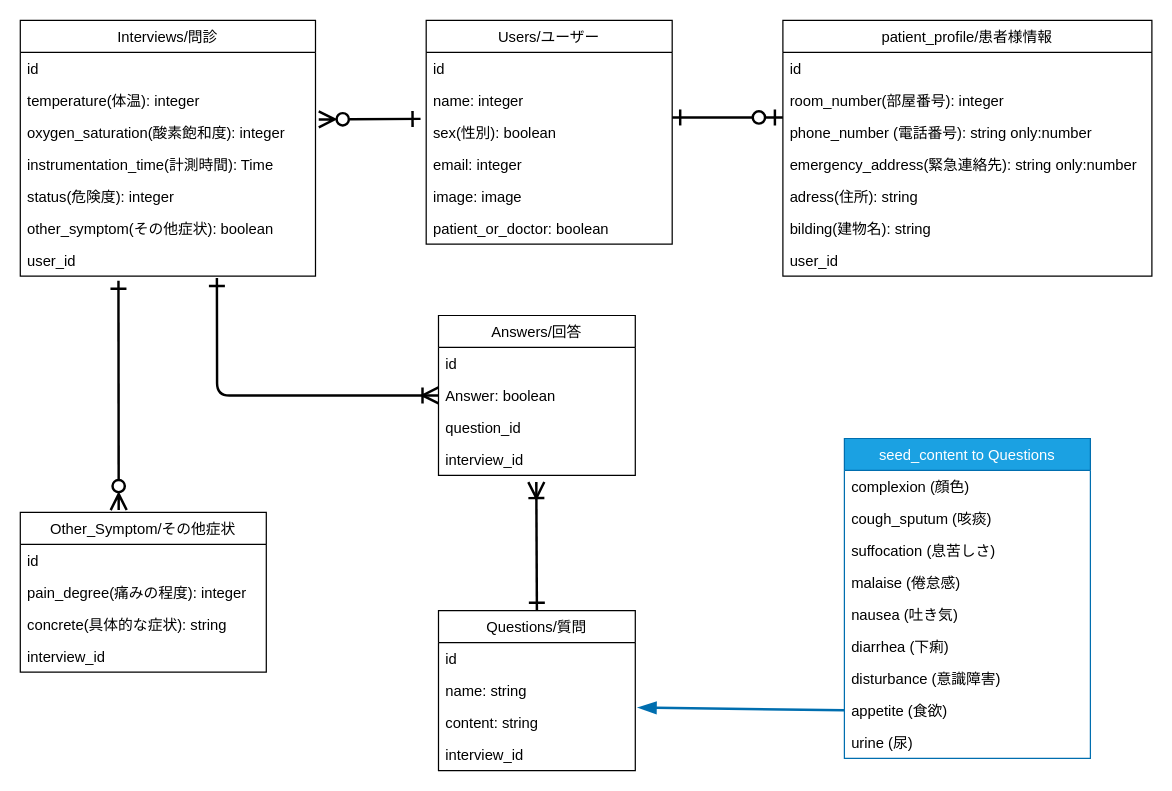
The draw.io diagram README参考資料/er図.drawio in wakametarou/COVID-MGR, before the edit. Source tidied: cells renumbered, new cells numbered last; positions are measured from the earlier drawing's top-left corner, leaving out a move shared by most shapes. Both pictures are drawn from the tidied source at 123%, with x=0, y=0 at pixel (20, 20).
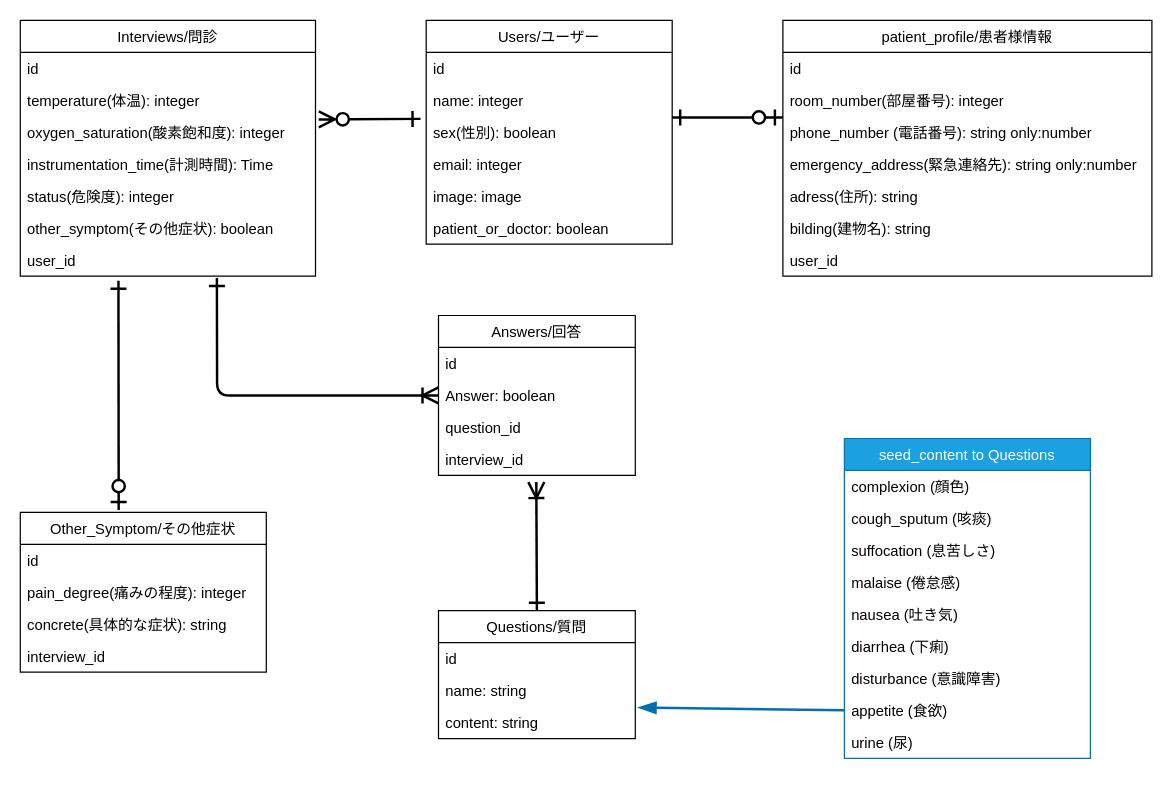
Above is the later version.

Diff of the diagram source:
```diff
@@
-    <mxCell id="10" style="edgeStyle=none;html=1;endArrow=ERzeroToMany;endFill=0;strokeWidth=2;startArrow=ERone;startFill=0;targetPerimeterSpacing=0;rounded=1;sourcePerimeterSpacing=0;endSize=10;startSize=10;entryX=0.2;entryY=-0.014;entryDx=0;entryDy=0;entryPerimeter=0;exitX=0.166;exitY=1.141;exitDx=0;exitDy=0;exitPerimeter=0;" parent="1" edge="1">
+    <mxCell id="10" style="edgeStyle=none;html=1;endArrow=ERzeroToOne;endFill=0;strokeWidth=2;startArrow=ERone;startFill=0;targetPerimeterSpacing=0;rounded=1;sourcePerimeterSpacing=0;endSize=10;startSize=10;entryX=0.2;entryY=-0.014;entryDx=0;entryDy=0;entryPerimeter=0;exitX=0.166;exitY=1.141;exitDx=0;exitDy=0;exitPerimeter=0;" parent="1" edge="1">
       <mxGeometry relative="1" as="geometry">
         <mxPoint x="79.8" y="211.7" as="sourcePoint" />
         <mxPoint x="80" y="398.2" as="targetPoint" />
       </mxGeometry>
     </mxCell>
@@
     <mxCell id="39" value="Questions/質問" style="swimlane;fontStyle=0;horizontal=1;startSize=26;" parent="1" vertex="1">
-      <mxGeometry x="340" y="480" width="160" height="130" as="geometry" />
+      <mxGeometry x="340" y="480" width="160" height="104" as="geometry" />
     </mxCell>
@@
-    <mxCell id="43" value="interview_id" style="text;strokeColor=none;fillColor=none;align=left;verticalAlign=top;spacingLeft=4;spacingRight=4;overflow=hidden;" parent="39" vertex="1">
-      <mxGeometry y="104" width="160" height="26" as="geometry" />
-    </mxCell>
```
